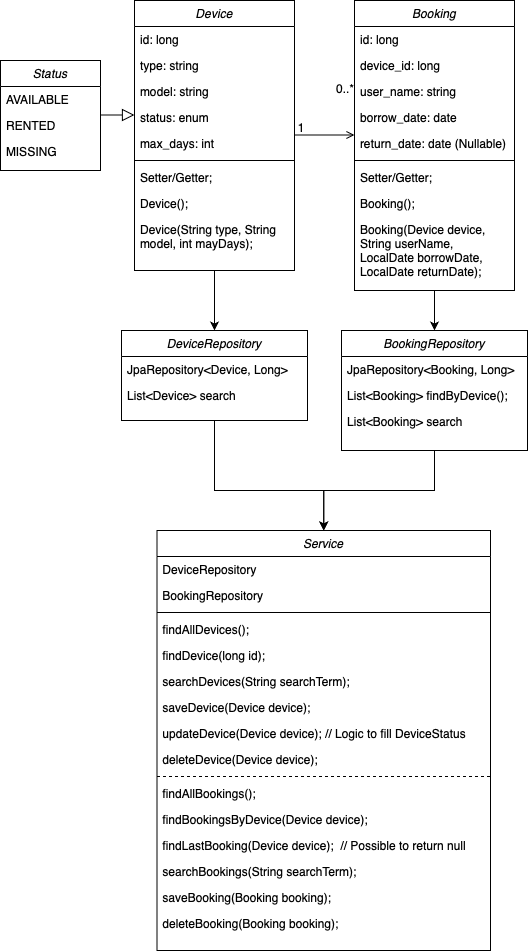
Earlier version of the draw.io export ausleihProjectClassUML.drawio.png (zichaoiustudy/ausleihprojekt). Source tidied: cells renumbered, new cells last; positions are measured from the earlier drawing's top-left corner, leaving out a move shared by most shapes.
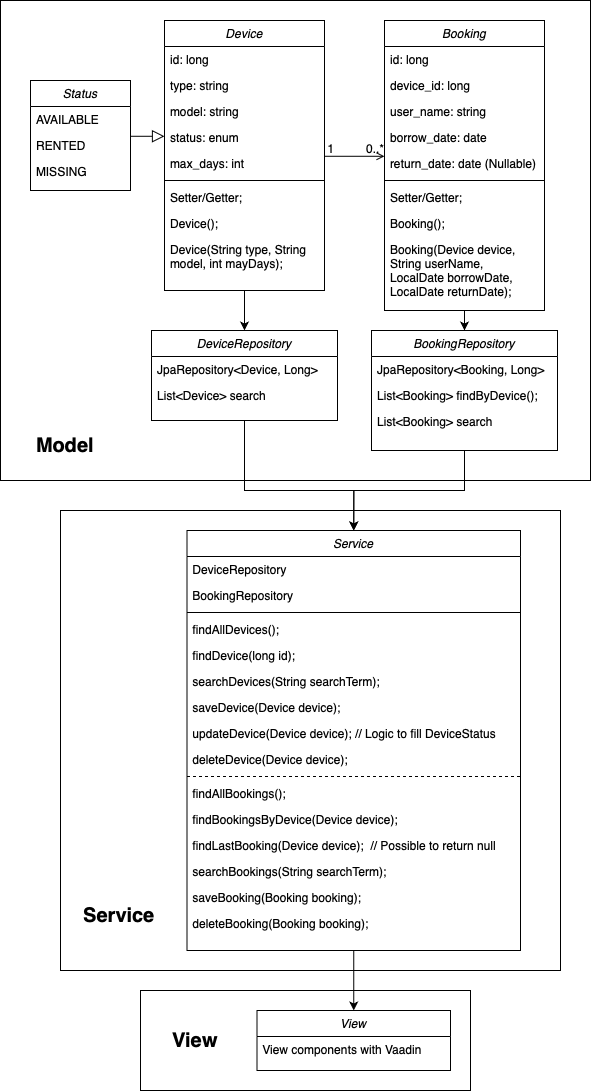
After the commit.

Commit message:
update uml diagram

What changed in the source:
```diff
@@ -2,11 +2,20 @@
   <root>
     <mxCell id="0" />
     <mxCell id="1" parent="0" />
+    <mxCell id="59" style="rounded=0;whiteSpace=wrap;html=1;" parent="1" vertex="1">
+      <mxGeometry x="159" y="940" width="330" height="100" as="geometry" />
+    </mxCell>
+    <mxCell id="60" style="rounded=0;whiteSpace=wrap;html=1;" parent="1" vertex="1">
+      <mxGeometry x="79" y="460" width="500" height="460" as="geometry" />
+    </mxCell>
+    <mxCell id="61" style="rounded=0;whiteSpace=wrap;html=1;" parent="1" vertex="1">
+      <mxGeometry x="19" y="-50" width="590" height="480" as="geometry" />
+    </mxCell>
     <mxCell id="2" style="edgeStyle=orthogonalEdgeStyle;rounded=0;jettySize=auto;html=1;" parent="1" edge="1" source="3" target="34">
       <mxGeometry relative="1" as="geometry" />
     </mxCell>
     <mxCell id="3" value="Device" style="swimlane;fontStyle=2;align=center;verticalAlign=top;horizontal=1;startSize=26;rounded=0;shadow=0;strokeWidth=1;" parent="1" vertex="1">
-      <mxGeometry x="134" width="160" height="270" as="geometry" />
+      <mxGeometry x="183" y="-30" width="160" height="270" as="geometry" />
     </mxCell>
     <mxCell id="4" value="id: long" style="text;align=left;verticalAlign=top;spacingLeft=4;spacingRight=4;overflow=hidden;" parent="3" vertex="1">
       <mxGeometry y="26" width="160" height="26" as="geometry" />
@@ -36,7 +45,7 @@
       <mxGeometry y="216" width="160" height="44" as="geometry" />
     </mxCell>
     <mxCell id="13" value="Status" style="swimlane;fontStyle=2;align=center;verticalAlign=top;horizontal=1;startSize=26;rounded=0;shadow=0;strokeWidth=1;" parent="1" vertex="1">
-      <mxGeometry y="60" width="100" height="110" as="geometry" />
+      <mxGeometry x="49" y="30" width="100" height="110" as="geometry" />
     </mxCell>
     <mxCell id="14" value="AVAILABLE" style="text;align=left;verticalAlign=top;spacingLeft=4;spacingRight=4;overflow=hidden;" parent="13" vertex="1">
       <mxGeometry y="26" width="100" height="26" as="geometry" />
@@ -57,7 +66,7 @@
       <mxGeometry relative="1" as="geometry" />
     </mxCell>
     <mxCell id="20" value="Booking" style="swimlane;fontStyle=2;align=center;verticalAlign=top;horizontal=1;startSize=26;rounded=0;shadow=0;strokeWidth=1;" parent="1" vertex="1">
-      <mxGeometry x="354" width="160" height="290" as="geometry" />
+      <mxGeometry x="403" y="-30" width="160" height="290" as="geometry" />
     </mxCell>
     <mxCell id="21" value="id: long" style="text;align=left;verticalAlign=top;spacingLeft=4;spacingRight=4;overflow=hidden;" parent="20" vertex="1">
       <mxGeometry y="26" width="160" height="26" as="geometry" />
@@ -97,18 +106,18 @@
       </mxGeometry>
     </mxCell>
     <mxCell id="32" value="0..*" style="align=left;verticalAlign=bottom;labelBackgroundColor=none;fontSize=12;" parent="1" vertex="1">
-      <mxGeometry x="334" y="95" as="geometry" />
+      <mxGeometry x="383" y="105" as="geometry" />
     </mxCell>
     <mxCell id="33" style="edgeStyle=orthogonalEdgeStyle;rounded=0;jettySize=auto;html=1;entryX=0.5;entryY=0;entryDx=0;entryDy=0;" parent="1" edge="1" source="34" target="42">
       <mxGeometry relative="1" as="geometry">
         <Array as="points">
-          <mxPoint x="214" y="490" />
-          <mxPoint x="323" y="490" />
+          <mxPoint x="263" y="440" />
+          <mxPoint x="372" y="440" />
         </Array>
       </mxGeometry>
     </mxCell>
     <mxCell id="34" value="DeviceRepository" style="swimlane;fontStyle=2;align=center;verticalAlign=top;horizontal=1;startSize=26;rounded=0;shadow=0;strokeWidth=1;" parent="1" vertex="1">
-      <mxGeometry x="121" y="330" width="186" height="90" as="geometry" />
+      <mxGeometry x="170" y="280" width="186" height="90" as="geometry" />
     </mxCell>
     <mxCell id="35" value="JpaRepository&lt;Device, Long&gt;" style="text;align=left;verticalAlign=top;spacingLeft=4;spacingRight=4;overflow=hidden;" parent="34" vertex="1">
       <mxGeometry y="26" width="186" height="26" as="geometry" />
@@ -119,13 +128,13 @@
     <mxCell id="37" style="edgeStyle=orthogonalEdgeStyle;rounded=0;jettySize=auto;html=1;entryX=0.5;entryY=0;entryDx=0;entryDy=0;" parent="1" edge="1" source="38" target="42">
       <mxGeometry relative="1" as="geometry">
         <Array as="points">
-          <mxPoint x="434" y="490" />
-          <mxPoint x="323" y="490" />
+          <mxPoint x="483" y="440" />
+          <mxPoint x="372" y="440" />
         </Array>
       </mxGeometry>
     </mxCell>
     <mxCell id="38" value="BookingRepository" style="swimlane;fontStyle=2;align=center;verticalAlign=top;horizontal=1;startSize=26;rounded=0;shadow=0;strokeWidth=1;" parent="1" vertex="1">
-      <mxGeometry x="341" y="330" width="186" height="120" as="geometry" />
+      <mxGeometry x="390" y="280" width="186" height="120" as="geometry" />
     </mxCell>
     <mxCell id="39" value="JpaRepository&lt;Booking, Long&gt;" style="text;align=left;verticalAlign=top;spacingLeft=4;spacingRight=4;overflow=hidden;" parent="38" vertex="1">
       <mxGeometry y="26" width="186" height="26" as="geometry" />
@@ -136,8 +145,11 @@
     <mxCell id="41" value="List&lt;Booking&gt; search" style="text;align=left;verticalAlign=top;spacingLeft=4;spacingRight=4;overflow=hidden;rounded=0;shadow=0;html=0;" parent="38" vertex="1">
       <mxGeometry y="78" width="186" height="26" as="geometry" />
     </mxCell>
+    <mxCell id="62" style="edgeStyle=orthogonalEdgeStyle;rounded=0;jettySize=auto;html=1;" parent="1" edge="1" source="42" target="65">
+      <mxGeometry relative="1" as="geometry" />
+    </mxCell>
     <mxCell id="42" value="Service" style="swimlane;fontStyle=2;align=center;verticalAlign=top;horizontal=1;startSize=26;rounded=0;shadow=0;strokeWidth=1;" parent="1" vertex="1">
-      <mxGeometry x="156.5" y="530" width="333.5" height="420" as="geometry" />
+      <mxGeometry x="205.5" y="480" width="333.5" height="420" as="geometry" />
     </mxCell>
     <mxCell id="43" value="DeviceRepository" style="text;align=left;verticalAlign=top;spacingLeft=4;spacingRight=4;overflow=hidden;" parent="42" vertex="1">
       <mxGeometry y="26" width="333.5" height="26" as="geometry" />
@@ -187,5 +199,20 @@
     <mxCell id="58" value="deleteBooking(Booking booking);" style="text;align=left;verticalAlign=top;spacingLeft=4;spacingRight=4;overflow=hidden;" parent="42" vertex="1">
       <mxGeometry y="380" width="333.5" height="26" as="geometry" />
     </mxCell>
+    <mxCell id="63" value="Model" style="text;html=1;align=center;verticalAlign=middle;whiteSpace=wrap;rounded=0;fontStyle=1;fontSize=20;" parent="1" vertex="1">
+      <mxGeometry x="39" y="370" width="90" height="50" as="geometry" />
+    </mxCell>
+    <mxCell id="64" value="Service" style="text;html=1;align=center;verticalAlign=middle;whiteSpace=wrap;rounded=0;fontStyle=1;fontSize=20;" parent="1" vertex="1">
+      <mxGeometry x="93" y="840" width="90" height="50" as="geometry" />
+    </mxCell>
+    <mxCell id="65" value="View" style="swimlane;fontStyle=2;align=center;verticalAlign=top;horizontal=1;startSize=26;rounded=0;shadow=0;strokeWidth=1;" parent="1" vertex="1">
+      <mxGeometry x="275.5" y="960" width="193.5" height="60" as="geometry" />
+    </mxCell>
+    <mxCell id="66" value="View components with Vaadin" style="text;align=left;verticalAlign=top;spacingLeft=4;spacingRight=4;overflow=hidden;" parent="65" vertex="1">
+      <mxGeometry y="26" width="193.5" height="26" as="geometry" />
+    </mxCell>
+    <mxCell id="67" value="View" style="text;html=1;align=center;verticalAlign=middle;whiteSpace=wrap;rounded=0;fontStyle=1;fontSize=20;" parent="1" vertex="1">
+      <mxGeometry x="169" y="965" width="90" height="50" as="geometry" />
+    </mxCell>
   </root>
 </mxGraphModel>
```
